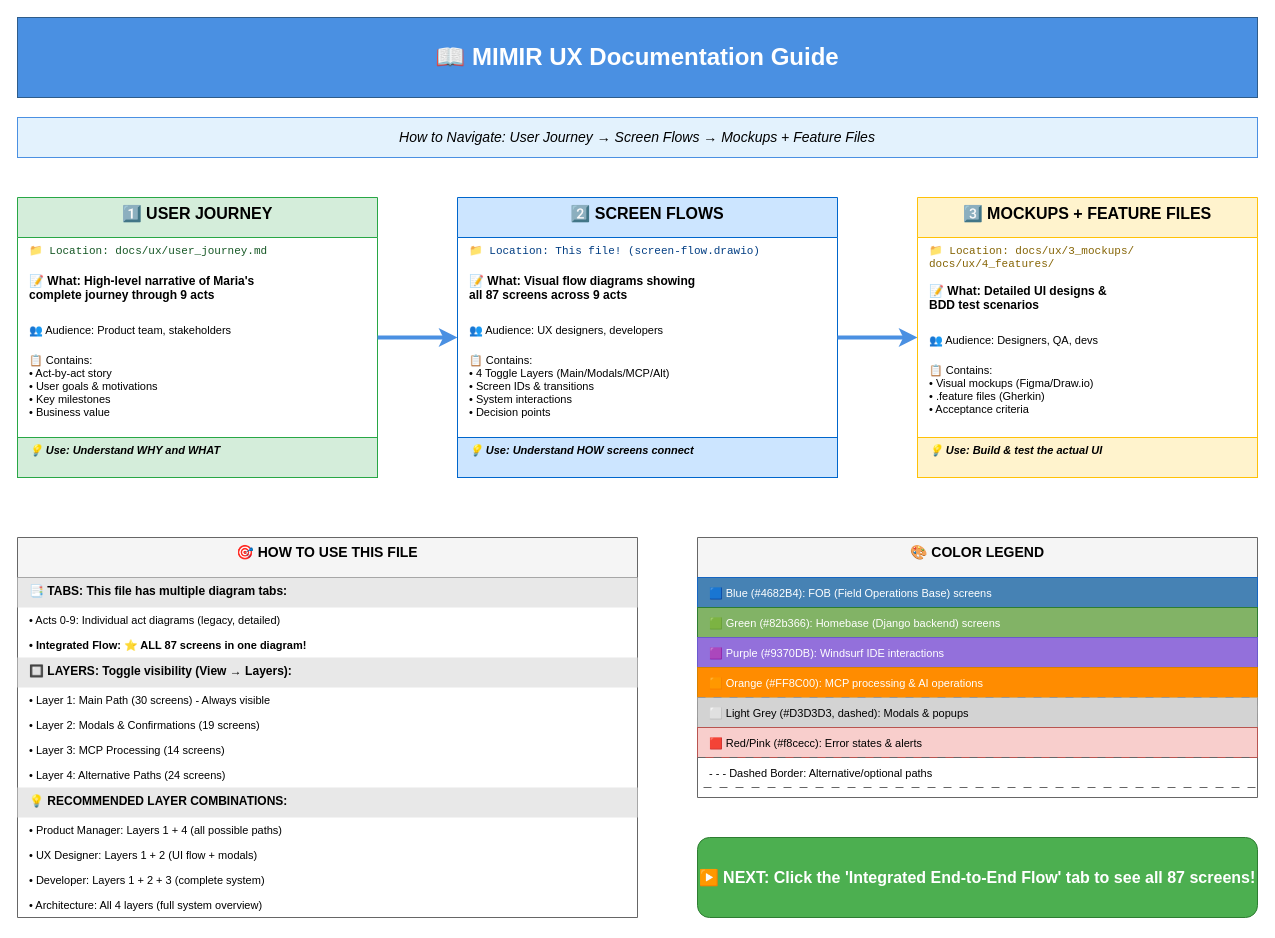
The draw.io diagram page "README - Start Here!" (1 of 4) of docs/ux/2_dialogue-maps/screen-flow.drawio in petelind/mimir, before the edit. Source tidied: cells renumbered, new cells numbered last; positions are measured from the earlier drawing's top-left corner, leaving out a move shared by most shapes. Both pictures are drawn from the tidied source at 100%, with x=0, y=0 at pixel (17, 17).
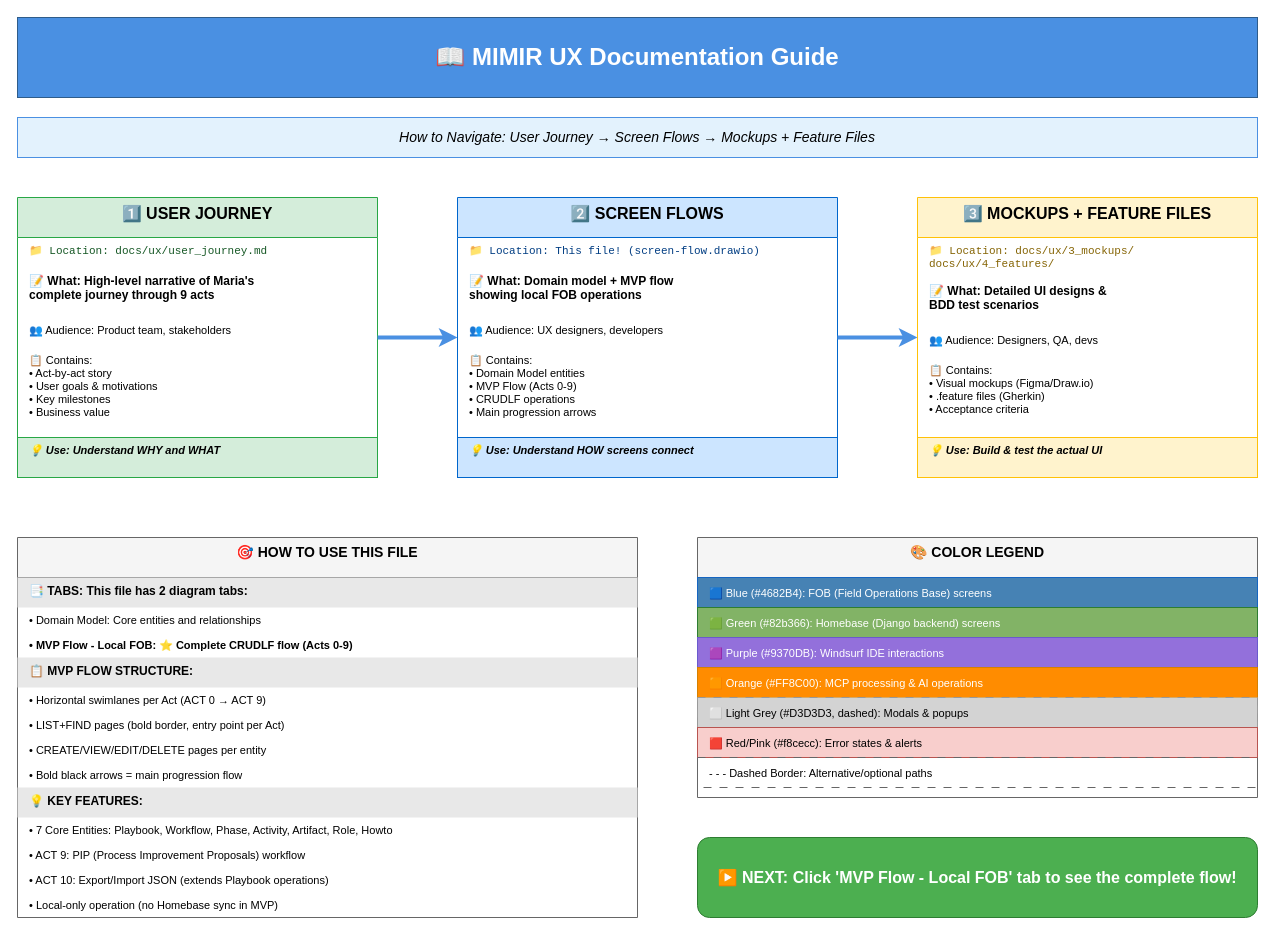
After the change.

Commit message (it also covers changes not shown here):
docs(ux): Update README tab after diagram cleanup

The change refers to these unchanged cells:
```xml
<mxCell id="11" value="2️⃣ SCREEN FLOWS" style="swimlane;fontStyle=1;align=center;verticalAlign=top;horizontal=1;startSize=40;fillColor=#cce5ff;strokeColor=#0066cc;fontSize=16;" parent="1" vertex="1">
  <mxGeometry x="440" y="180" width="380" height="280" as="geometry" />
</mxCell>
<mxCell id="24" value="🎯 HOW TO USE THIS FILE" style="swimlane;fontStyle=1;align=center;verticalAlign=top;horizontal=1;startSize=40;fillColor=#f5f5f5;strokeColor=#666666;fontSize=14;" parent="1" vertex="1">
  <mxGeometry y="520" width="620" height="380" as="geometry" />
</mxCell>
```

Diff of the diagram source:
```diff
@@
-    <mxCell id="13" value="📝 What: Visual flow diagrams showing&#10;all 87 screens across 9 acts" style="text;strokeColor=none;fillColor=none;align=left;verticalAlign=top;spacingLeft=10;spacingRight=4;overflow=hidden;fontSize=12;fontStyle=1;" parent="11" vertex="1">
+    <mxCell id="13" value="📝 What: Domain model + MVP flow&#10;showing local FOB operations" style="text;strokeColor=none;fillColor=none;align=left;verticalAlign=top;spacingLeft=10;spacingRight=4;overflow=hidden;fontSize=12;fontStyle=1;" parent="11" vertex="1">
       <mxGeometry y="70" width="380" height="50" as="geometry" />
     </mxCell>
@@
-    <mxCell id="15" value="📋 Contains:&#10;• 4 Toggle Layers (Main/Modals/MCP/Alt)&#10;• Screen IDs &amp; transitions&#10;• System interactions&#10;• Decision points" style="text;strokeColor=none;fillColor=none;align=left;verticalAlign=top;spacingLeft=10;spacingRight=4;overflow=hidden;fontSize=11;" parent="11" vertex="1">
+    <mxCell id="15" value="📋 Contains:&#10;• Domain Model entities&#10;• MVP Flow (Acts 0-9)&#10;• CRUDLF operations&#10;• Main progression arrows" style="text;strokeColor=none;fillColor=none;align=left;verticalAlign=top;spacingLeft=10;spacingRight=4;overflow=hidden;fontSize=11;" parent="11" vertex="1">
       <mxGeometry y="150" width="380" height="90" as="geometry" />
     </mxCell>
@@
-    <mxCell id="25" value="📑 TABS: This file has multiple diagram tabs:" style="text;strokeColor=none;fillColor=#e8e8e8;align=left;verticalAlign=top;spacingLeft=10;spacingRight=4;overflow=hidden;fontSize=12;fontStyle=1;" parent="24" vertex="1">
+    <mxCell id="25" value="📑 TABS: This file has 2 diagram tabs:" style="text;strokeColor=none;fillColor=#e8e8e8;align=left;verticalAlign=top;spacingLeft=10;spacingRight=4;overflow=hidden;fontSize=12;fontStyle=1;" parent="24" vertex="1">
       <mxGeometry y="40" width="620" height="30" as="geometry" />
     </mxCell>
-    <mxCell id="26" value="   • Acts 0-9: Individual act diagrams (legacy, detailed)" style="text;strokeColor=none;fillColor=none;align=left;verticalAlign=top;spacingLeft=10;spacingRight=4;overflow=hidden;fontSize=11;" parent="24" vertex="1">
+    <mxCell id="26" value="   • Domain Model: Core entities and relationships" style="text;strokeColor=none;fillColor=none;align=left;verticalAlign=top;spacingLeft=10;spacingRight=4;overflow=hidden;fontSize=11;" parent="24" vertex="1">
       <mxGeometry y="70" width="620" height="25" as="geometry" />
     </mxCell>
-    <mxCell id="27" value="   • Integrated Flow: ⭐ ALL 87 screens in one diagram!" style="text;strokeColor=none;fillColor=none;align=left;verticalAlign=top;spacingLeft=10;spacingRight=4;overflow=hidden;fontSize=11;fontStyle=1;" parent="24" vertex="1">
+    <mxCell id="27" value="   • MVP Flow - Local FOB: ⭐ Complete CRUDLF flow (Acts 0-9)" style="text;strokeColor=none;fillColor=none;align=left;verticalAlign=top;spacingLeft=10;spacingRight=4;overflow=hidden;fontSize=11;fontStyle=1;" parent="24" vertex="1">
       <mxGeometry y="95" width="620" height="25" as="geometry" />
     </mxCell>
-    <mxCell id="28" value="🔲 LAYERS: Toggle visibility (View → Layers):" style="text;strokeColor=none;fillColor=#e8e8e8;align=left;verticalAlign=top;spacingLeft=10;spacingRight=4;overflow=hidden;fontSize=12;fontStyle=1;" parent="24" vertex="1">
+    <mxCell id="28" value="📋 MVP FLOW STRUCTURE:" style="text;strokeColor=none;fillColor=#e8e8e8;align=left;verticalAlign=top;spacingLeft=10;spacingRight=4;overflow=hidden;fontSize=12;fontStyle=1;" parent="24" vertex="1">
       <mxGeometry y="120" width="620" height="30" as="geometry" />
     </mxCell>
-    <mxCell id="29" value="   • Layer 1: Main Path (30 screens) - Always visible" style="text;strokeColor=none;fillColor=none;align=left;verticalAlign=top;spacingLeft=10;spacingRight=4;overflow=hidden;fontSize=11;" parent="24" vertex="1">
+    <mxCell id="29" value="   • Horizontal swimlanes per Act (ACT 0 → ACT 9)" style="text;strokeColor=none;fillColor=none;align=left;verticalAlign=top;spacingLeft=10;spacingRight=4;overflow=hidden;fontSize=11;" parent="24" vertex="1">
       <mxGeometry y="150" width="620" height="25" as="geometry" />
     </mxCell>
-    <mxCell id="30" value="   • Layer 2: Modals &amp; Confirmations (19 screens)" style="text;strokeColor=none;fillColor=none;align=left;verticalAlign=top;spacingLeft=10;spacingRight=4;overflow=hidden;fontSize=11;" parent="24" vertex="1">
+    <mxCell id="30" value="   • LIST+FIND pages (bold border, entry point per Act)" style="text;strokeColor=none;fillColor=none;align=left;verticalAlign=top;spacingLeft=10;spacingRight=4;overflow=hidden;fontSize=11;" parent="24" vertex="1">
       <mxGeometry y="175" width="620" height="25" as="geometry" />
     </mxCell>
-    <mxCell id="31" value="   • Layer 3: MCP Processing (14 screens)" style="text;strokeColor=none;fillColor=none;align=left;verticalAlign=top;spacingLeft=10;spacingRight=4;overflow=hidden;fontSize=11;" parent="24" vertex="1">
+    <mxCell id="31" value="   • CREATE/VIEW/EDIT/DELETE pages per entity" style="text;strokeColor=none;fillColor=none;align=left;verticalAlign=top;spacingLeft=10;spacingRight=4;overflow=hidden;fontSize=11;" parent="24" vertex="1">
       <mxGeometry y="200" width="620" height="25" as="geometry" />
     </mxCell>
-    <mxCell id="32" value="   • Layer 4: Alternative Paths (24 screens)" style="text;strokeColor=none;fillColor=none;align=left;verticalAlign=top;spacingLeft=10;spacingRight=4;overflow=hidden;fontSize=11;" parent="24" vertex="1">
+    <mxCell id="32" value="   • Bold black arrows = main progression flow" style="text;strokeColor=none;fillColor=none;align=left;verticalAlign=top;spacingLeft=10;spacingRight=4;overflow=hidden;fontSize=11;" parent="24" vertex="1">
       <mxGeometry y="225" width="620" height="25" as="geometry" />
     </mxCell>
-    <mxCell id="33" value="💡 RECOMMENDED LAYER COMBINATIONS:" style="text;strokeColor=none;fillColor=#e8e8e8;align=left;verticalAlign=top;spacingLeft=10;spacingRight=4;overflow=hidden;fontSize=12;fontStyle=1;" parent="24" vertex="1">
+    <mxCell id="33" value="💡 KEY FEATURES:" style="text;strokeColor=none;fillColor=#e8e8e8;align=left;verticalAlign=top;spacingLeft=10;spacingRight=4;overflow=hidden;fontSize=12;fontStyle=1;" parent="24" vertex="1">
       <mxGeometry y="250" width="620" height="30" as="geometry" />
     </mxCell>
-    <mxCell id="34" value="   • Product Manager: Layers 1 + 4 (all possible paths)" style="text;strokeColor=none;fillColor=none;align=left;verticalAlign=top;spacingLeft=10;spacingRight=4;overflow=hidden;fontSize=11;" parent="24" vertex="1">
+    <mxCell id="34" value="   • 7 Core Entities: Playbook, Workflow, Phase, Activity, Artifact, Role, Howto" style="text;strokeColor=none;fillColor=none;align=left;verticalAlign=top;spacingLeft=10;spacingRight=4;overflow=hidden;fontSize=11;" parent="24" vertex="1">
       <mxGeometry y="280" width="620" height="25" as="geometry" />
     </mxCell>
-    <mxCell id="35" value="   • UX Designer: Layers 1 + 2 (UI flow + modals)" style="text;strokeColor=none;fillColor=none;align=left;verticalAlign=top;spacingLeft=10;spacingRight=4;overflow=hidden;fontSize=11;" parent="24" vertex="1">
+    <mxCell id="35" value="   • ACT 9: PIP (Process Improvement Proposals) workflow" style="text;strokeColor=none;fillColor=none;align=left;verticalAlign=top;spacingLeft=10;spacingRight=4;overflow=hidden;fontSize=11;" parent="24" vertex="1">
       <mxGeometry y="305" width="620" height="25" as="geometry" />
     </mxCell>
-    <mxCell id="36" value="   • Developer: Layers 1 + 2 + 3 (complete system)" style="text;strokeColor=none;fillColor=none;align=left;verticalAlign=top;spacingLeft=10;spacingRight=4;overflow=hidden;fontSize=11;" parent="24" vertex="1">
+    <mxCell id="36" value="   • ACT 10: Export/Import JSON (extends Playbook operations)" style="text;strokeColor=none;fillColor=none;align=left;verticalAlign=top;spacingLeft=10;spacingRight=4;overflow=hidden;fontSize=11;" parent="24" vertex="1">
       <mxGeometry y="330" width="620" height="25" as="geometry" />
     </mxCell>
-    <mxCell id="37" value="   • Architecture: All 4 layers (full system overview)" style="text;strokeColor=none;fillColor=none;align=left;verticalAlign=top;spacingLeft=10;spacingRight=4;overflow=hidden;fontSize=11;" parent="24" vertex="1">
+    <mxCell id="37" value="   • Local-only operation (no Homebase sync in MVP)" style="text;strokeColor=none;fillColor=none;align=left;verticalAlign=top;spacingLeft=10;spacingRight=4;overflow=hidden;fontSize=11;" parent="24" vertex="1">
       <mxGeometry y="355" width="620" height="25" as="geometry" />
     </mxCell>
@@
-    <mxCell id="46" value="▶️ NEXT: Click the 'Integrated End-to-End Flow' tab to see all 87 screens!" style="rounded=1;whiteSpace=wrap;html=1;fillColor=#4caf50;strokeColor=#2e7d32;fontSize=16;fontStyle=1;fontColor=#ffffff;align=center;" parent="1" vertex="1">
+    <mxCell id="46" value="▶️ NEXT: Click 'MVP Flow - Local FOB' tab to see the complete flow!" style="rounded=1;whiteSpace=wrap;html=1;fillColor=#4caf50;strokeColor=#2e7d32;fontSize=16;fontStyle=1;fontColor=#ffffff;align=center;" parent="1" vertex="1">
       <mxGeometry x="680" y="820" width="560" height="80" as="geometry" />
     </mxCell>
```
